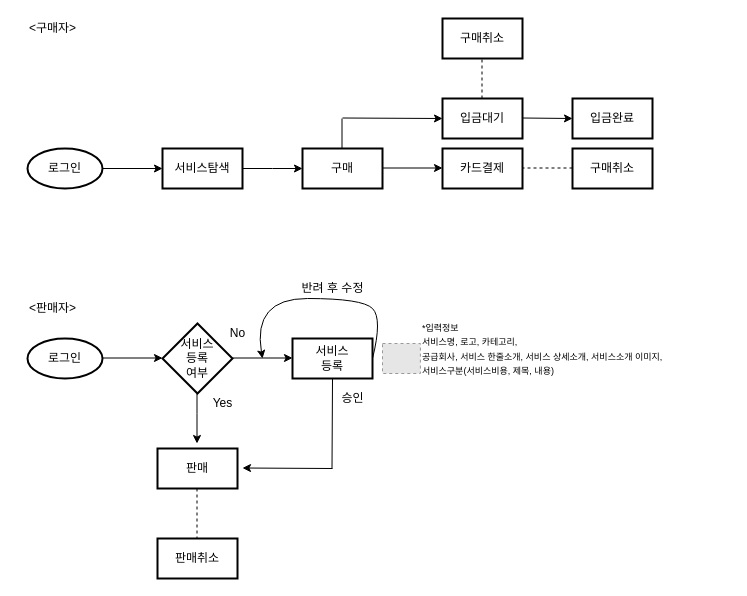
Earlier version of the draw.io diagram 비즈니스나우 컨설팅_수정.drawio (Lucidhomme/TIL). Source tidied: cells renumbered, new cells numbered last; positions are measured from the earlier drawing's top-left corner, leaving out a move shared by most shapes. Both pictures are drawn from the tidied source at 100%, with x=0, y=0 at pixel (17, 18). Pictures stored in the file or linked from it are replaced by grey dashed boxes.
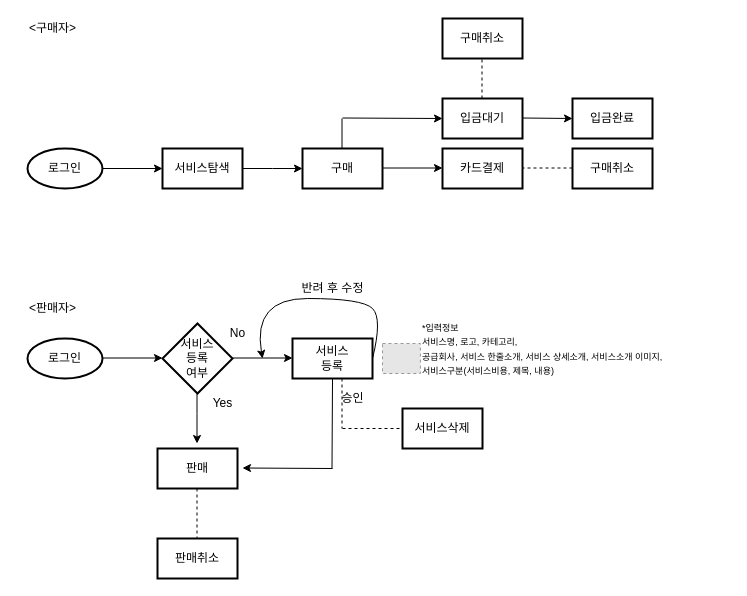
Above is the later version.

Commit message:
Update 비즈니스나우 컨설팅_수정.drawio

What changed in the source:
```diff
@@
+    <mxCell id="38" style="endArrow=none;dashed=1;html=1;entryX=0.5;entryY=0;entryDx=0;entryDy=0;" parent="1" edge="1">
+      <mxGeometry relative="1" as="geometry">
+        <mxPoint x="324.5" y="360" as="sourcePoint" />
+        <mxPoint x="324.5" y="410" as="targetPoint" />
+      </mxGeometry>
+    </mxCell>
+    <mxCell id="39" style="endArrow=none;dashed=1;html=1;" parent="1" edge="1">
+      <mxGeometry relative="1" as="geometry">
+        <mxPoint x="325" y="410" as="sourcePoint" />
+        <mxPoint x="386.6" y="410" as="targetPoint" />
+      </mxGeometry>
+    </mxCell>
+    <mxCell id="40" value="서비스삭제" style="whiteSpace=wrap;html=1;strokeWidth=2;" parent="1" vertex="1">
+      <mxGeometry x="385" y="390" width="80" height="40" as="geometry" />
+    </mxCell>
```
